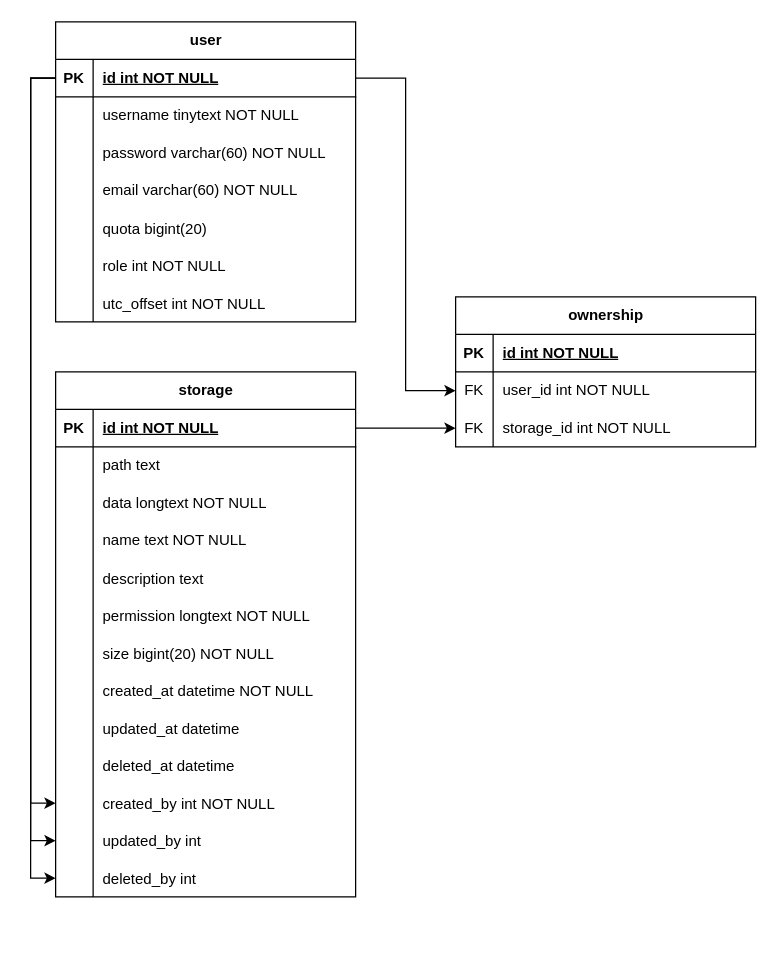
The draw.io diagram Database Schema.drawio in Veteranfighter/daba-file-manager, before the edit. Source tidied: cells renumbered, new cells numbered last; positions are measured from the earlier drawing's top-left corner, leaving out a move shared by most shapes. Both pictures are drawn from the tidied source at 125%, with x=0, y=0 at pixel (55, 21).
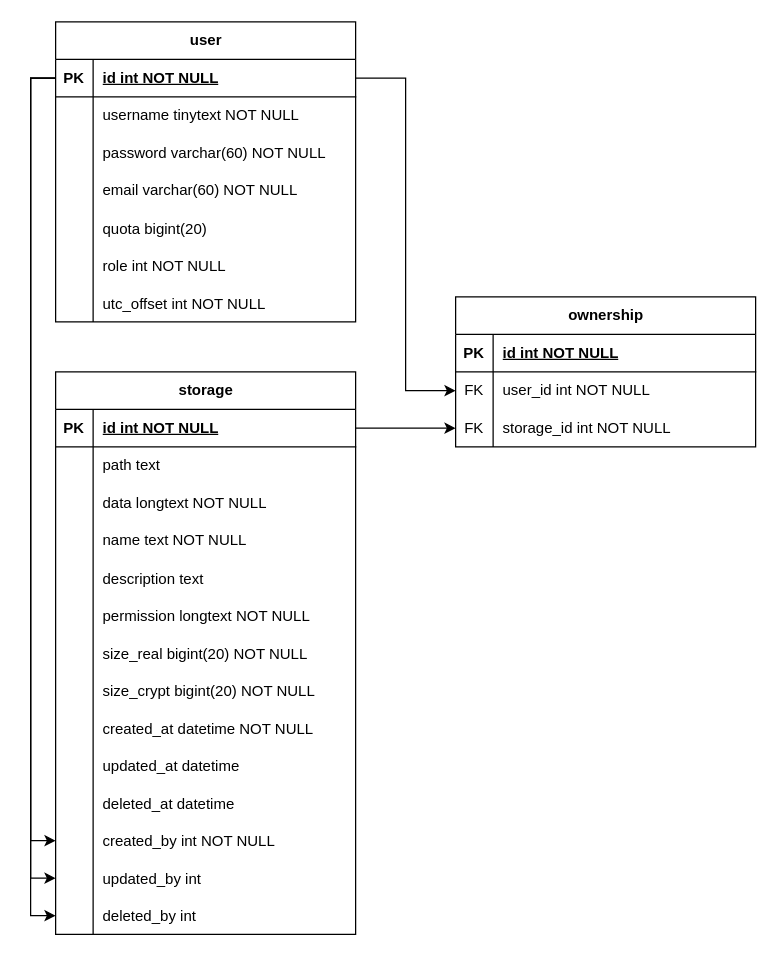
The same page after the edit.

Unchanged cells that the change refers to:
```xml
<mxCell id="43" style="shape=tableRow;horizontal=0;startSize=0;swimlaneHead=0;swimlaneBody=0;fillColor=none;top=0;left=0;right=0;bottom=0;" parent="24" vertex="1">
  <mxGeometry y="210" width="240" height="30" as="geometry" />
</mxCell>
```

Change to the diagram source:
```diff
@@
     <mxCell id="24" value="storage" style="shape=table;startSize=30;childLayout=tableLayout;rowLines=0;fontStyle=1;align=center;html=1;" parent="1" vertex="1">
-      <mxGeometry y="280" width="240" height="420" as="geometry" />
+      <mxGeometry y="280" width="240" height="450" as="geometry" />
     </mxCell>
@@
-    <mxCell id="45" value="size bigint(20) NOT NULL" style="shape=partialRectangle;fillColor=none;top=0;left=0;bottom=0;right=0;align=left;spacingLeft=6;overflow=hidden;" parent="43" vertex="1">
+    <mxCell id="45" value="size_real bigint(20) NOT NULL" style="shape=partialRectangle;fillColor=none;top=0;left=0;bottom=0;right=0;align=left;spacingLeft=6;overflow=hidden;" parent="43" vertex="1">
       <mxGeometry x="30" width="210" height="30" as="geometry" />
     </mxCell>
+    <mxCell id="79" style="shape=tableRow;horizontal=0;startSize=0;swimlaneHead=0;swimlaneBody=0;fillColor=none;top=0;left=0;right=0;bottom=0;" parent="24" vertex="1">
+      <mxGeometry y="240" width="240" height="30" as="geometry" />
+    </mxCell>
+    <mxCell id="80" style="shape=partialRectangle;fillColor=none;top=0;left=0;bottom=0;right=0;overflow=hidden;" parent="79" vertex="1">
+      <mxGeometry width="30" height="30" as="geometry" />
+    </mxCell>
+    <mxCell id="81" value="size_crypt bigint(20) NOT NULL" style="shape=partialRectangle;fillColor=none;top=0;left=0;bottom=0;right=0;align=left;spacingLeft=6;overflow=hidden;" parent="79" vertex="1">
+      <mxGeometry x="30" width="210" height="30" as="geometry" />
+    </mxCell>
     <mxCell id="46" style="shape=tableRow;horizontal=0;startSize=0;swimlaneHead=0;swimlaneBody=0;fillColor=none;top=0;left=0;right=0;bottom=0;" parent="24" vertex="1">
-      <mxGeometry y="240" width="240" height="30" as="geometry" />
+      <mxGeometry y="270" width="240" height="30" as="geometry" />
     </mxCell>
@@
     <mxCell id="49" style="shape=tableRow;horizontal=0;startSize=0;swimlaneHead=0;swimlaneBody=0;fillColor=none;top=0;left=0;right=0;bottom=0;" parent="24" vertex="1">
-      <mxGeometry y="270" width="240" height="30" as="geometry" />
+      <mxGeometry y="300" width="240" height="30" as="geometry" />
     </mxCell>
@@
     <mxCell id="52" style="shape=tableRow;horizontal=0;startSize=0;swimlaneHead=0;swimlaneBody=0;fillColor=none;top=0;left=0;right=0;bottom=0;" parent="24" vertex="1">
-      <mxGeometry y="300" width="240" height="30" as="geometry" />
+      <mxGeometry y="330" width="240" height="30" as="geometry" />
     </mxCell>
@@
     <mxCell id="55" style="shape=tableRow;horizontal=0;startSize=0;swimlaneHead=0;swimlaneBody=0;fillColor=none;points=[[0,0.5],[1,0.5]];portConstraint=eastwest;top=0;left=0;right=0;bottom=0;" parent="24" vertex="1">
-      <mxGeometry y="330" width="240" height="30" as="geometry" />
+      <mxGeometry y="360" width="240" height="30" as="geometry" />
     </mxCell>
@@
     <mxCell id="58" style="shape=tableRow;horizontal=0;startSize=0;swimlaneHead=0;swimlaneBody=0;fillColor=none;points=[[0,0.5],[1,0.5]];portConstraint=eastwest;top=0;left=0;right=0;bottom=0;" parent="24" vertex="1">
-      <mxGeometry y="360" width="240" height="30" as="geometry" />
+      <mxGeometry y="390" width="240" height="30" as="geometry" />
     </mxCell>
@@
     <mxCell id="61" style="shape=tableRow;horizontal=0;startSize=0;swimlaneHead=0;swimlaneBody=0;fillColor=none;points=[[0,0.5],[1,0.5]];portConstraint=eastwest;top=0;left=0;right=0;bottom=0;" parent="24" vertex="1">
-      <mxGeometry y="390" width="240" height="30" as="geometry" />
+      <mxGeometry y="420" width="240" height="30" as="geometry" />
     </mxCell>
```
